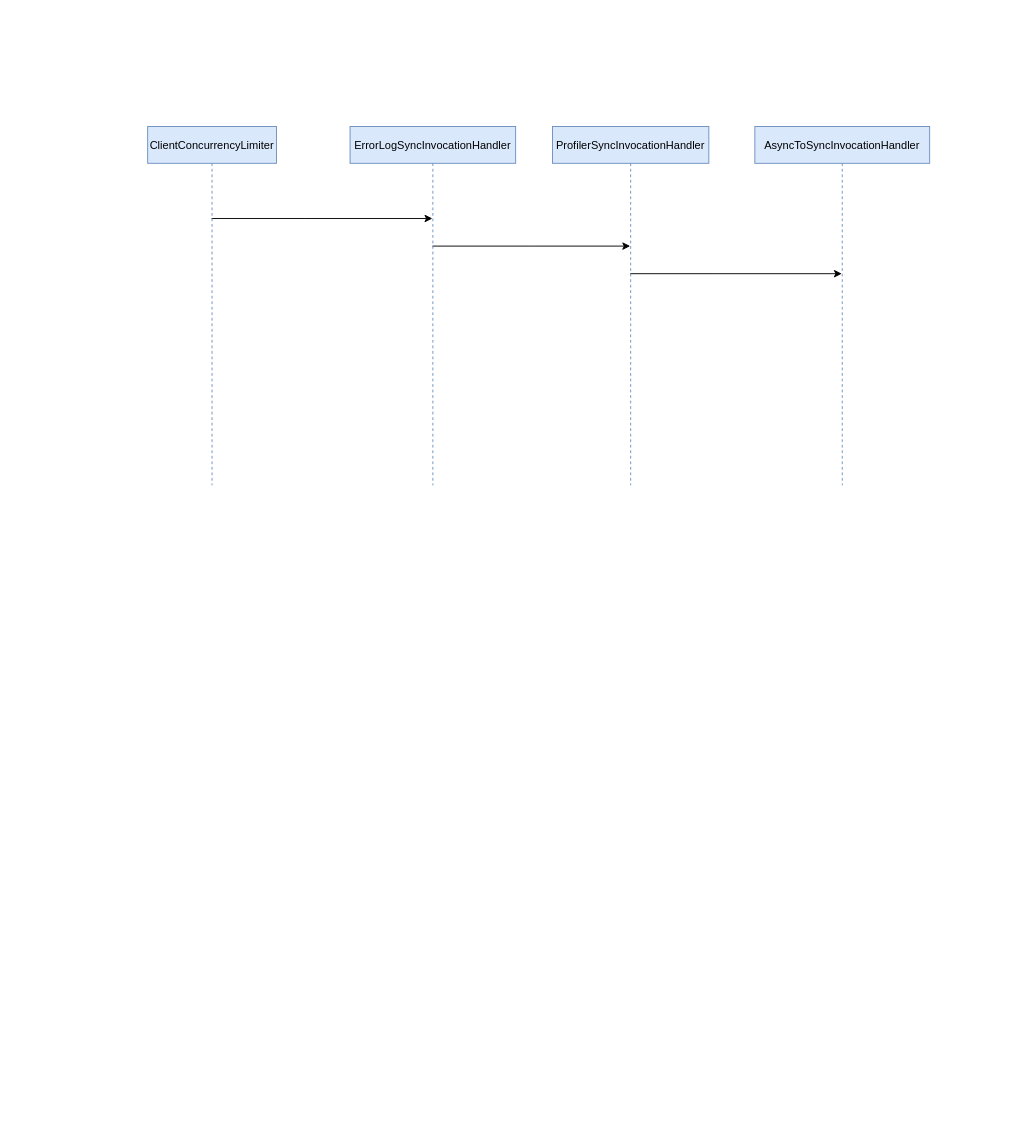
stevesgit/ReadingNotes keeps this draw.io diagram as test.drawio. Above is the earlier version. Source tidied: cells renumbered, new cells numbered last; positions are measured from the earlier drawing's top-left corner, leaving out a move shared by most shapes. Both pictures are drawn from the tidied source at 92%, with x=0, y=0 at pixel (147, 126).
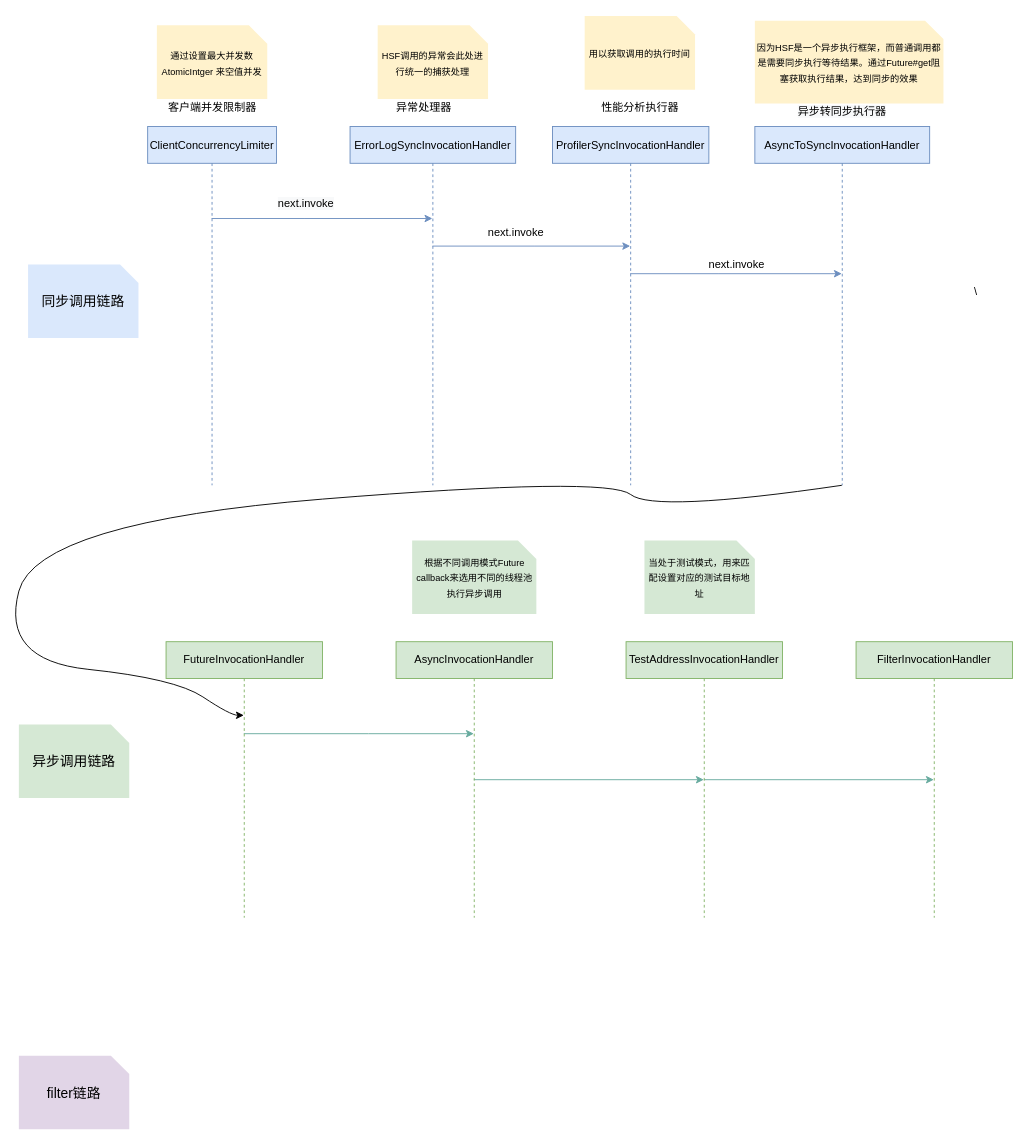
The same diagram, later.

Unchanged cells that the change refers to:
```xml
<mxCell id="3" value="ClientConcurrencyLimiter" style="shape=umlLifeline;perimeter=lifelinePerimeter;rounded=0;shadow=0;strokeWidth=1;fillColor=#dae8fc;strokeColor=#6c8ebf;" parent="1" vertex="1">
  <mxGeometry width="140" height="390" as="geometry" />
</mxCell>
<mxCell id="5" value="ErrorLogSyncInvocationHandler" style="shape=umlLifeline;perimeter=lifelinePerimeter;rounded=0;shadow=0;strokeWidth=1;fillColor=#dae8fc;strokeColor=#6c8ebf;" parent="1" vertex="1">
  <mxGeometry x="220" width="180" height="390" as="geometry" />
</mxCell>
<mxCell id="7" value="ProfilerSyncInvocationHandler" style="shape=umlLifeline;perimeter=lifelinePerimeter;rounded=0;shadow=0;strokeWidth=1;fillColor=#dae8fc;strokeColor=#6c8ebf;" parent="1" vertex="1">
  <mxGeometry x="440" width="170" height="390" as="geometry" />
</mxCell>
<mxCell id="8" value="AsyncToSyncInvocationHandler" style="shape=umlLifeline;perimeter=lifelinePerimeter;rounded=0;shadow=0;strokeWidth=1;fillColor=#dae8fc;strokeColor=#6c8ebf;" parent="1" vertex="1">
  <mxGeometry x="660" width="190" height="390" as="geometry" />
</mxCell>
```

The edit, as a diff of the source:
```diff
@@
-    <mxCell id="2" style="edgeStyle=orthogonalEdgeStyle;rounded=0;jettySize=auto;html=1;" parent="1" edge="1" source="3" target="5">
+    <mxCell id="2" style="edgeStyle=orthogonalEdgeStyle;rounded=0;jettySize=auto;html=1;fillColor=#dae8fc;strokeColor=#6c8ebf;" parent="1" edge="1" source="3" target="5">
       <mxGeometry relative="1" as="geometry">
         <Array as="points">
           <mxPoint x="170" y="100" />
           <mxPoint x="170" y="100" />
         </Array>
       </mxGeometry>
     </mxCell>
@@
-    <mxCell id="4" style="edgeStyle=orthogonalEdgeStyle;rounded=0;jettySize=auto;html=1;" parent="1" edge="1" source="5" target="7">
+    <mxCell id="4" style="edgeStyle=orthogonalEdgeStyle;rounded=0;jettySize=auto;html=1;fillColor=#dae8fc;strokeColor=#6c8ebf;" parent="1" edge="1" source="5" target="7">
       <mxGeometry relative="1" as="geometry">
         <Array as="points">
           <mxPoint x="420" y="130" />
           <mxPoint x="420" y="130" />
         </Array>
       </mxGeometry>
     </mxCell>
@@
-    <mxCell id="6" style="edgeStyle=orthogonalEdgeStyle;rounded=0;jettySize=auto;html=1;" parent="1" edge="1" source="7" target="8">
+    <mxCell id="6" style="edgeStyle=orthogonalEdgeStyle;rounded=0;jettySize=auto;html=1;fillColor=#dae8fc;strokeColor=#6c8ebf;" parent="1" edge="1" source="7" target="8">
       <mxGeometry relative="1" as="geometry">
         <Array as="points">
           <mxPoint x="620" y="160" />
           <mxPoint x="620" y="160" />
         </Array>
       </mxGeometry>
     </mxCell>
@@
+    <mxCell id="9" value="next.invoke" style="text;html=1;align=center;verticalAlign=middle;" parent="1" vertex="1">
+      <mxGeometry x="360" y="105" width="80" height="20" as="geometry" />
+    </mxCell>
+    <mxCell id="10" value="&lt;span style=&quot;color: rgb(0, 0, 0); font-family: helvetica; font-size: 12px; font-style: normal; font-weight: 400; letter-spacing: normal; text-align: center; text-indent: 0px; text-transform: none; word-spacing: 0px; background-color: rgb(248, 249, 250); display: inline; float: none;&quot;&gt;next.invoke&lt;/span&gt;" style="text;whiteSpace=wrap;html=1;" parent="1" vertex="1">
+      <mxGeometry x="140" y="70" width="90" height="30" as="geometry" />
+    </mxCell>
+    <mxCell id="11" value="next.invoke" style="text;html=1;align=center;verticalAlign=middle;" parent="1" vertex="1">
+      <mxGeometry x="600" y="140" width="80" height="20" as="geometry" />
+    </mxCell>
+    <mxCell id="12" value="客户端并发限制器" style="text;html=1;align=center;verticalAlign=middle;" parent="1" vertex="1">
+      <mxGeometry x="15" y="-30" width="110" height="20" as="geometry" />
+    </mxCell>
+    <mxCell id="13" value="&lt;font color=&quot;#000000&quot; size=&quot;1&quot;&gt;通过设置最大并发数 AtomicIntger 来空值并发&lt;/font&gt;" style="shape=note;strokeWidth=2;fontSize=14;size=20;whiteSpace=wrap;html=1;fillColor=#fff2cc;fontColor=#666600;strokeColor=none;" parent="1" vertex="1">
+      <mxGeometry x="10" y="-110" width="120" height="80" as="geometry" />
+    </mxCell>
+    <mxCell id="14" value="&lt;font color=&quot;#000000&quot; size=&quot;1&quot;&gt;HSF调用的异常会此处进行统一的捕获处理&lt;/font&gt;" style="shape=note;strokeWidth=2;fontSize=14;size=20;whiteSpace=wrap;html=1;fillColor=#fff2cc;fontColor=#666600;strokeColor=none;" parent="1" vertex="1">
+      <mxGeometry x="250" y="-110" width="120" height="80" as="geometry" />
+    </mxCell>
+    <mxCell id="15" value="异常处理器" style="text;html=1;align=center;verticalAlign=middle;" parent="1" vertex="1">
+      <mxGeometry x="260" y="-30" width="80" height="20" as="geometry" />
+    </mxCell>
+    <mxCell id="16" value="&lt;font color=&quot;#000000&quot; size=&quot;1&quot;&gt;用以获取调用的执行时间&lt;/font&gt;" style="shape=note;strokeWidth=2;fontSize=14;size=20;whiteSpace=wrap;html=1;fillColor=#fff2cc;fontColor=#666600;strokeColor=none;" parent="1" vertex="1">
+      <mxGeometry x="475" y="-120" width="120" height="80" as="geometry" />
+    </mxCell>
+    <mxCell id="17" value="性能分析执行器" style="text;html=1;align=center;verticalAlign=middle;" parent="1" vertex="1">
+      <mxGeometry x="485" y="-30" width="100" height="20" as="geometry" />
+    </mxCell>
+    <mxCell id="18" value="&lt;font color=&quot;#000000&quot; size=&quot;1&quot;&gt;因为HSF是一个异步执行框架，而普通调用都是需要同步执行等待结果。通过Future#get阻塞获取执行结果，达到同步的效果&lt;/font&gt;" style="shape=note;strokeWidth=2;fontSize=14;size=20;whiteSpace=wrap;html=1;fillColor=#fff2cc;fontColor=#666600;strokeColor=none;" parent="1" vertex="1">
+      <mxGeometry x="660" y="-115" width="205" height="90" as="geometry" />
+    </mxCell>
+    <mxCell id="19" value="&lt;span style=&quot;color: rgb(0 , 0 , 0) ; font-family: &amp;#34;helvetica&amp;#34; ; font-size: 12px ; font-style: normal ; font-weight: 400 ; letter-spacing: normal ; text-align: center ; text-indent: 0px ; text-transform: none ; word-spacing: 0px ; background-color: rgb(248 , 249 , 250) ; display: inline ; float: none&quot;&gt;异步转同步执行器&lt;/span&gt;" style="text;whiteSpace=wrap;html=1;" parent="1" vertex="1">
+      <mxGeometry x="705" y="-30" width="110" height="30" as="geometry" />
+    </mxCell>
+    <mxCell id="20" value="\" style="text;html=1;align=center;verticalAlign=middle;" parent="1" vertex="1">
+      <mxGeometry x="890" y="170" width="20" height="20" as="geometry" />
+    </mxCell>
+    <mxCell id="21" style="edgeStyle=orthogonalEdgeStyle;rounded=0;jettySize=auto;html=1;strokeColor=#67AB9F;" parent="1" edge="1" source="22" target="26">
+      <mxGeometry relative="1" as="geometry">
+        <Array as="points">
+          <mxPoint x="240" y="660" />
+          <mxPoint x="240" y="660" />
+        </Array>
+      </mxGeometry>
+    </mxCell>
+    <mxCell id="22" value="FutureInvocationHandler" style="shape=umlLifeline;perimeter=lifelinePerimeter;whiteSpace=wrap;html=1;outlineConnect=0;fillColor=#d5e8d4;strokeColor=#82b366;" parent="1" vertex="1">
+      <mxGeometry x="20" y="560" width="170" height="300" as="geometry" />
+    </mxCell>
+    <mxCell id="23" value="&lt;font color=&quot;#000000&quot; style=&quot;font-size: 15px&quot;&gt;同步调用链路&lt;/font&gt;" style="shape=note;strokeWidth=2;fontSize=14;size=20;whiteSpace=wrap;html=1;fillColor=#dae8fc;strokeColor=none;" parent="1" vertex="1">
+      <mxGeometry x="-130" y="150" width="120" height="80" as="geometry" />
+    </mxCell>
+    <mxCell id="24" value="&lt;font color=&quot;#000000&quot; style=&quot;font-size: 15px&quot;&gt;异步调用链路&lt;/font&gt;" style="shape=note;strokeWidth=2;fontSize=14;size=20;whiteSpace=wrap;html=1;fillColor=#d5e8d4;strokeColor=none;" parent="1" vertex="1">
+      <mxGeometry x="-140" y="650" width="120" height="80" as="geometry" />
+    </mxCell>
+    <mxCell id="25" style="edgeStyle=orthogonalEdgeStyle;rounded=0;jettySize=auto;html=1;strokeColor=#67AB9F;" parent="1" edge="1" source="26" target="28">
+      <mxGeometry relative="1" as="geometry">
+        <Array as="points">
+          <mxPoint x="520" y="690" />
+          <mxPoint x="520" y="690" />
+        </Array>
+      </mxGeometry>
+    </mxCell>
+    <mxCell id="26" value="AsyncInvocationHandler" style="shape=umlLifeline;perimeter=lifelinePerimeter;whiteSpace=wrap;html=1;outlineConnect=0;fillColor=#d5e8d4;strokeColor=#82b366;" parent="1" vertex="1">
+      <mxGeometry x="270" y="560" width="170" height="300" as="geometry" />
+    </mxCell>
+    <mxCell id="27" style="edgeStyle=orthogonalEdgeStyle;rounded=0;jettySize=auto;html=1;strokeColor=#67AB9F;" parent="1" edge="1" source="28" target="29">
+      <mxGeometry relative="1" as="geometry" />
+    </mxCell>
+    <mxCell id="28" value="TestAddressInvocationHandler" style="shape=umlLifeline;perimeter=lifelinePerimeter;whiteSpace=wrap;html=1;outlineConnect=0;fillColor=#d5e8d4;strokeColor=#82b366;" parent="1" vertex="1">
+      <mxGeometry x="520" y="560" width="170" height="300" as="geometry" />
+    </mxCell>
+    <mxCell id="29" value="FilterInvocationHandler" style="shape=umlLifeline;perimeter=lifelinePerimeter;whiteSpace=wrap;html=1;outlineConnect=0;fillColor=#d5e8d4;strokeColor=#82b366;" parent="1" vertex="1">
+      <mxGeometry x="770" y="560" width="170" height="300" as="geometry" />
+    </mxCell>
+    <mxCell id="30" value="&lt;font color=&quot;#000000&quot; style=&quot;font-size: 10px&quot;&gt;根据不同调用模式Future callback来选用不同的线程池执行异步调用&lt;/font&gt;" style="shape=note;strokeWidth=2;fontSize=14;size=20;whiteSpace=wrap;html=1;fillColor=#d5e8d4;strokeColor=none;" parent="1" vertex="1">
+      <mxGeometry x="287.5" y="450" width="135" height="80" as="geometry" />
+    </mxCell>
+    <mxCell id="31" value="&lt;span style=&quot;font-size: 10px&quot;&gt;当处于测试模式，用来匹配设置对应的测试目标地址&lt;/span&gt;" style="shape=note;strokeWidth=2;fontSize=14;size=20;whiteSpace=wrap;html=1;fillColor=#d5e8d4;strokeColor=none;" parent="1" vertex="1">
+      <mxGeometry x="540" y="450" width="120" height="80" as="geometry" />
+    </mxCell>
+    <mxCell id="32" style="curved=1;endArrow=classic;html=1;fillColor=#f8cecc;" parent="1" edge="1" source="8" target="22">
+      <mxGeometry relative="1" as="geometry">
+        <Array as="points">
+          <mxPoint x="550" y="420" />
+          <mxPoint x="500" y="380" />
+          <mxPoint x="-120" y="430" />
+          <mxPoint x="-160" y="580" />
+          <mxPoint x="30" y="600" />
+          <mxPoint x="90" y="640" />
+        </Array>
+      </mxGeometry>
+    </mxCell>
+    <mxCell id="33" value="&lt;span style=&quot;font-size: 15px&quot;&gt;filter链路&lt;/span&gt;" style="shape=note;strokeWidth=2;fontSize=14;size=20;whiteSpace=wrap;html=1;fillColor=#e1d5e7;strokeColor=none;" parent="1" vertex="1">
+      <mxGeometry x="-140" y="1010" width="120" height="80" as="geometry" />
+    </mxCell>
```
